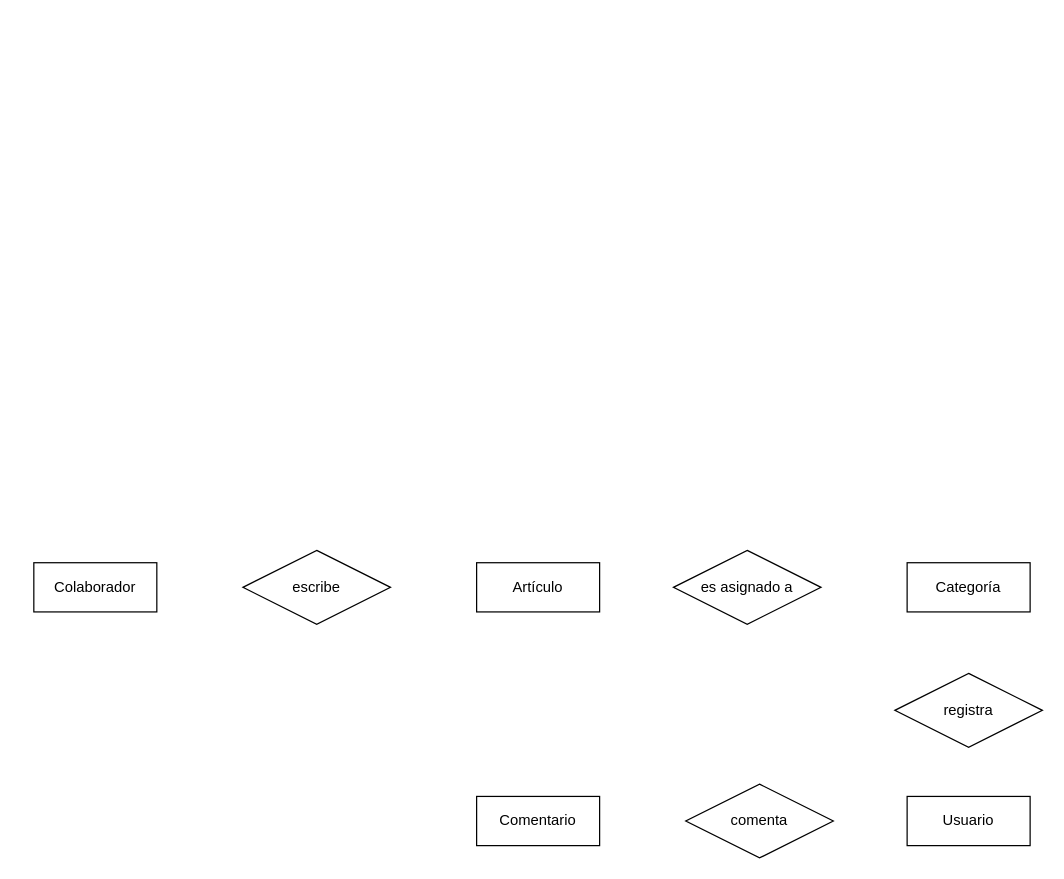
The draw.io diagram page "Página-2" (2 of 2) of Semana5/Desafio5.drawio in PatriNet77/2023-info-com-8, before the edit. Source tidied: cells renumbered, new cells numbered last; positions are measured from the earlier drawing's top-left corner, leaving out a move shared by most shapes. Both pictures are drawn from the tidied source at 123%, with x=0, y=0 at pixel (33, 550).
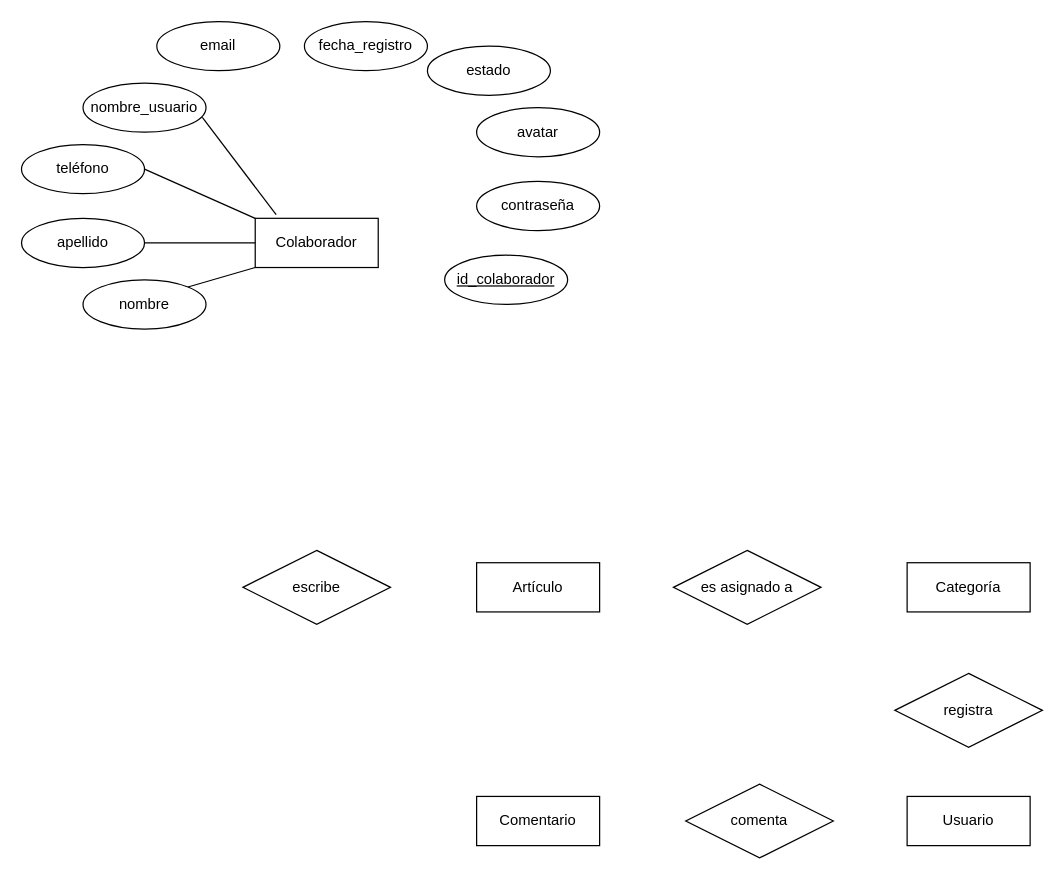
The same page after the edit.

Diff of the diagram source:
```diff
@@
     <mxCell id="2" value="Colaborador" style="whiteSpace=wrap;html=1;align=center;" parent="1" vertex="1">
-      <mxGeometry y="10" width="100" height="40" as="geometry" />
+      <mxGeometry x="180" y="-270" width="100" height="40" as="geometry" />
     </mxCell>
@@
+    <mxCell id="11" value="teléfono" style="ellipse;whiteSpace=wrap;html=1;align=center;" parent="1" vertex="1">
+      <mxGeometry x="-10" y="-330" width="100" height="40" as="geometry" />
+    </mxCell>
+    <mxCell id="12" value="nombre_usuario" style="ellipse;whiteSpace=wrap;html=1;align=center;" parent="1" vertex="1">
+      <mxGeometry x="40" y="-380" width="100" height="40" as="geometry" />
+    </mxCell>
+    <mxCell id="13" value="email" style="ellipse;whiteSpace=wrap;html=1;align=center;" parent="1" vertex="1">
+      <mxGeometry x="100" y="-430" width="100" height="40" as="geometry" />
+    </mxCell>
+    <mxCell id="14" value="contraseña" style="ellipse;whiteSpace=wrap;html=1;align=center;" parent="1" vertex="1">
+      <mxGeometry x="360" y="-300" width="100" height="40" as="geometry" />
+    </mxCell>
+    <mxCell id="15" value="apellido" style="ellipse;whiteSpace=wrap;html=1;align=center;" parent="1" vertex="1">
+      <mxGeometry x="-10" y="-270" width="100" height="40" as="geometry" />
+    </mxCell>
+    <mxCell id="16" value="id_colaborador" style="ellipse;whiteSpace=wrap;html=1;align=center;fontStyle=4;" parent="1" vertex="1">
+      <mxGeometry x="334" y="-240" width="100" height="40" as="geometry" />
+    </mxCell>
+    <mxCell id="17" value="fecha_registro" style="ellipse;whiteSpace=wrap;html=1;align=center;" parent="1" vertex="1">
+      <mxGeometry x="220" y="-430" width="100" height="40" as="geometry" />
+    </mxCell>
+    <mxCell id="18" value="estado" style="ellipse;whiteSpace=wrap;html=1;align=center;" parent="1" vertex="1">
+      <mxGeometry x="320" y="-410" width="100" height="40" as="geometry" />
+    </mxCell>
+    <mxCell id="19" value="nombre" style="ellipse;whiteSpace=wrap;html=1;align=center;" parent="1" vertex="1">
+      <mxGeometry x="40" y="-220" width="100" height="40" as="geometry" />
+    </mxCell>
+    <mxCell id="20" value="avatar" style="ellipse;whiteSpace=wrap;html=1;align=center;" parent="1" vertex="1">
+      <mxGeometry x="360" y="-360" width="100" height="40" as="geometry" />
+    </mxCell>
+    <mxCell id="21" style="endArrow=none;html=1;rounded=0;entryX=1;entryY=0;entryDx=0;entryDy=0;exitX=0;exitY=1;exitDx=0;exitDy=0;" parent="1" edge="1" source="2" target="19">
+      <mxGeometry relative="1" as="geometry" />
+    </mxCell>
+    <mxCell id="22" style="endArrow=none;html=1;rounded=0;exitX=1;exitY=0.5;exitDx=0;exitDy=0;entryX=0;entryY=0.5;entryDx=0;entryDy=0;" parent="1" edge="1" source="15" target="2">
+      <mxGeometry relative="1" as="geometry" />
+    </mxCell>
+    <mxCell id="23" style="endArrow=none;html=1;rounded=0;entryX=0;entryY=0;entryDx=0;entryDy=0;exitX=1;exitY=0.5;exitDx=0;exitDy=0;" parent="1" edge="1" source="11" target="2">
+      <mxGeometry relative="1" as="geometry" />
+    </mxCell>
+    <mxCell id="24" style="endArrow=none;html=1;rounded=0;exitX=0.97;exitY=0.775;exitDx=0;exitDy=0;exitPerimeter=0;entryX=0.17;entryY=-0.075;entryDx=0;entryDy=0;entryPerimeter=0;" parent="1" edge="1" target="2">
+      <mxGeometry relative="1" as="geometry">
+        <mxPoint x="137" y="-352" as="sourcePoint" />
+      </mxGeometry>
+    </mxCell>
```
